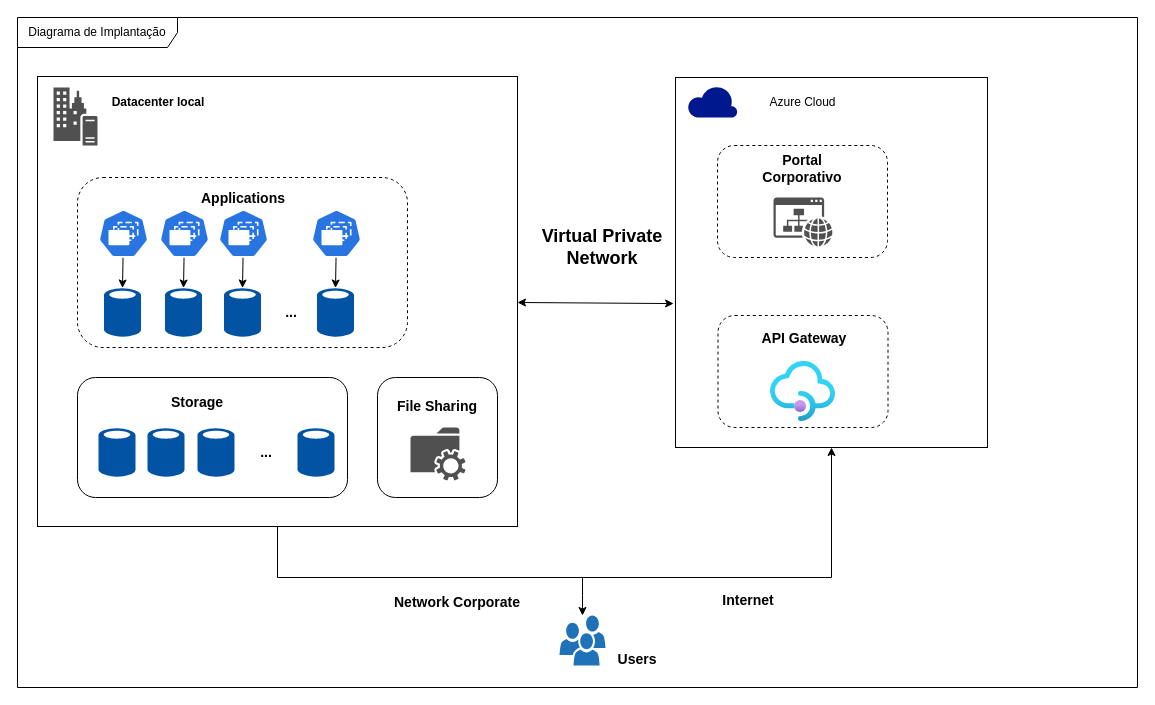
Before: page "Implantação" (4 of 4) of GISA_Adriana_Diego.drawio in TCC-ArqSD-2023/db-diagram, a draw.io diagram. Source tidied: cells renumbered, new cells numbered last; positions are measured from the earlier drawing's top-left corner, leaving out a move shared by most shapes. Both pictures are drawn from the tidied source at 100%, with x=0, y=0 at pixel (17, 17).
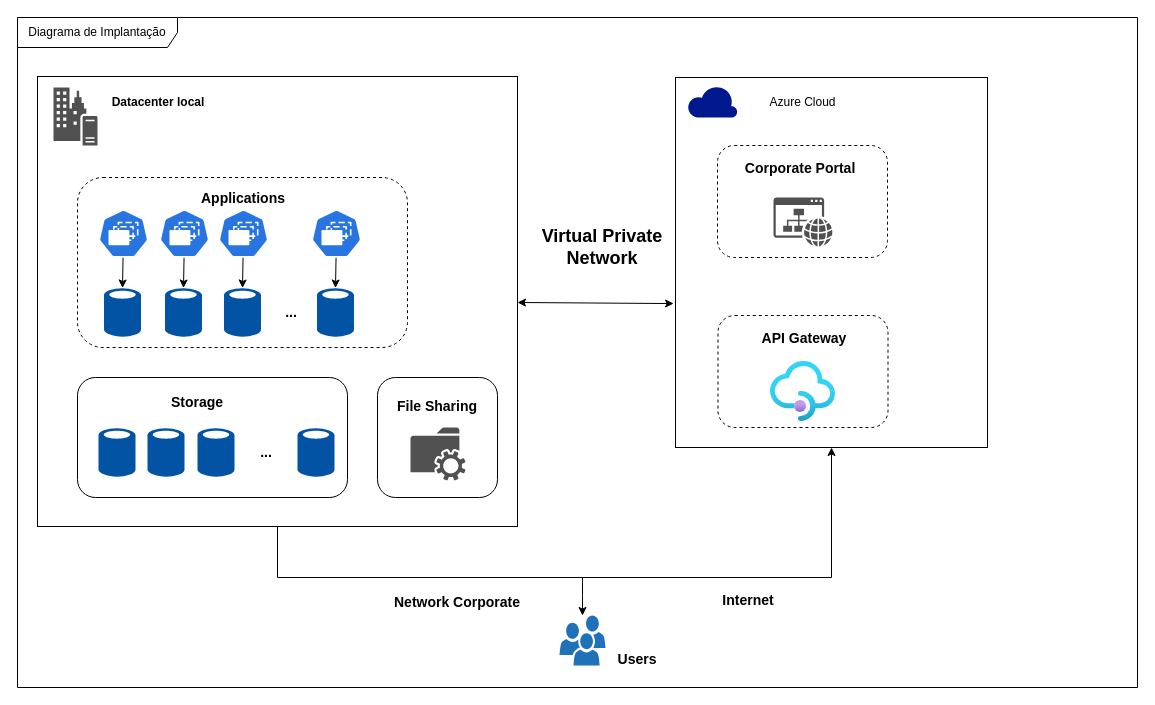
After the change.

Commit message (it also covers changes not shown here):
Ajustes no diagrama de implantação

The change refers to these unchanged cells:
```xml
<mxCell id="2" value="Diagrama de Implantação" style="shape=umlFrame;whiteSpace=wrap;html=1;width=160;" parent="1" vertex="1">
  <mxGeometry width="1120" height="670" as="geometry" />
</mxCell>
```

The edit, as a diff of the source:
```diff
@@
-    <mxCell id="13" value="&lt;font style=&quot;font-size: 14px;&quot;&gt;&lt;b&gt;Portal Corporativo&lt;/b&gt;&lt;/font&gt;" style="text;html=1;strokeColor=none;fillColor=none;align=center;verticalAlign=middle;whiteSpace=wrap;rounded=0;" parent="2" vertex="1">
+    <mxCell id="13" value="&lt;font style=&quot;font-size: 14px;&quot;&gt;&lt;b&gt;Corporate Portal&amp;nbsp;&lt;/b&gt;&lt;/font&gt;" style="text;html=1;strokeColor=none;fillColor=none;align=center;verticalAlign=middle;whiteSpace=wrap;rounded=0;" parent="2" vertex="1">
       <mxGeometry x="725" y="136" width="120" height="30" as="geometry" />
     </mxCell>
```
